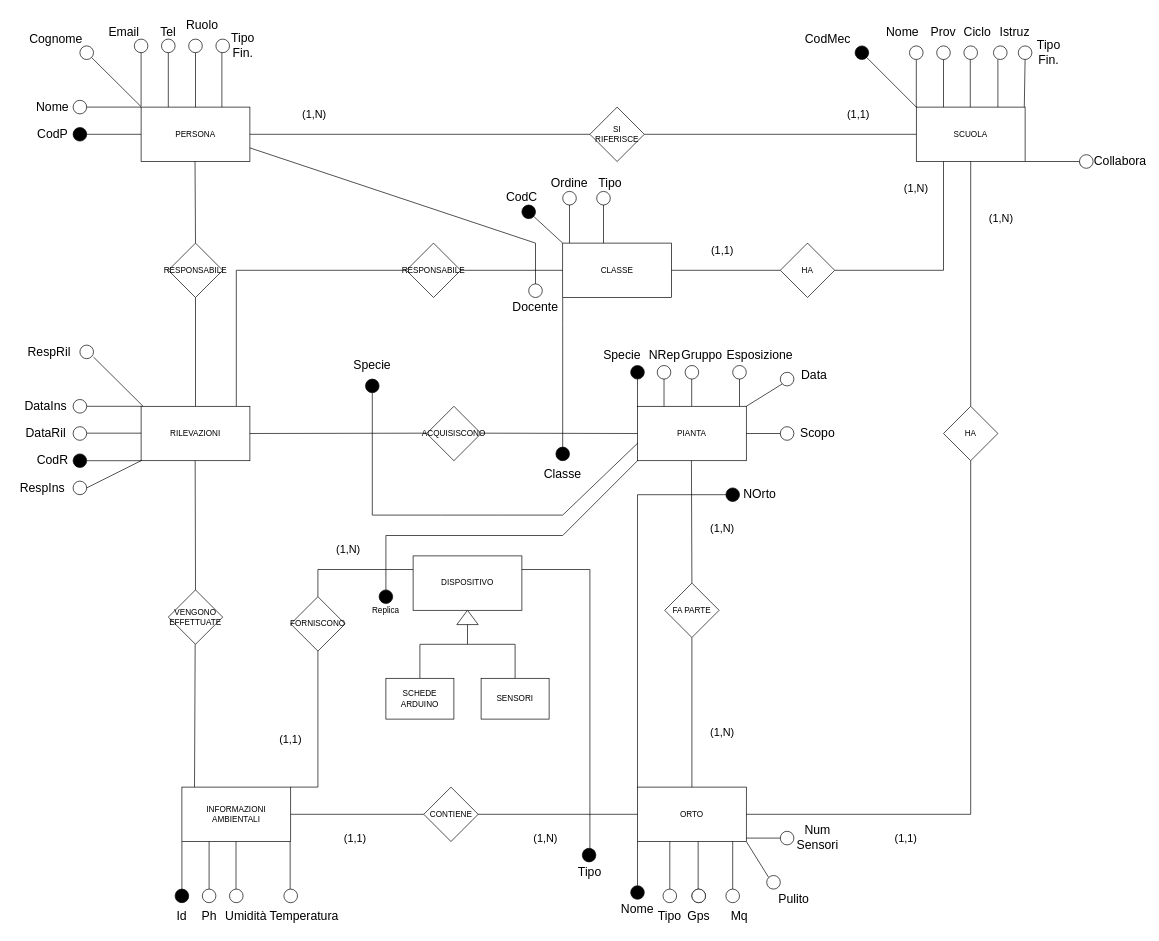
The draw.io diagram BD_ER_2023.drawio in pizzo-kyle/unige, before the edit. Source tidied: cells renumbered, new cells numbered last; positions are measured from the earlier drawing's top-left corner, leaving out a move shared by most shapes. Both pictures are drawn from the tidied source at 68%, with x=0, y=0 at pixel (12, 12).
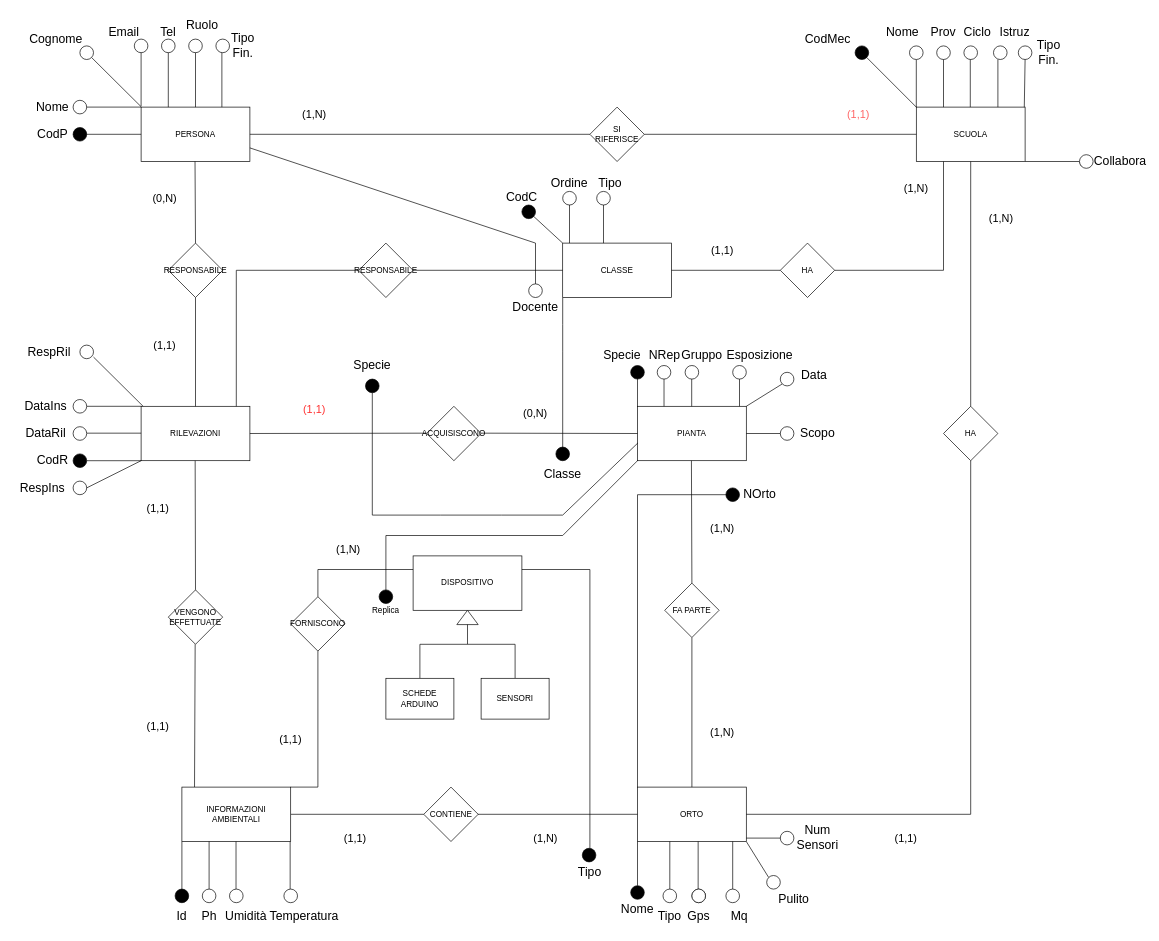
The same page after the edit.

What changed in the source:
```diff
@@
     <mxCell id="32" value="RESPONSABILE" style="rhombus;whiteSpace=wrap;html=1;" parent="1" vertex="1">
-      <mxGeometry x="580" y="340" width="80" height="80" as="geometry" />
+      <mxGeometry x="510" y="340" width="80" height="80" as="geometry" />
     </mxCell>
@@
-    <mxCell id="187" value="&lt;font style=&quot;font-size: 16px;&quot;&gt;(1,1)&lt;/font&gt;" style="text;html=1;strokeColor=none;fillColor=none;align=center;verticalAlign=middle;whiteSpace=wrap;rounded=0;" parent="1" vertex="1">
+    <mxCell id="187" value="&lt;font style=&quot;font-size: 16px;&quot;&gt;(1,1)&lt;/font&gt;" style="text;html=1;strokeColor=none;fillColor=none;align=center;verticalAlign=middle;whiteSpace=wrap;rounded=0;fontColor=#FF6666;" parent="1" vertex="1">
       <mxGeometry x="1210" y="130" width="70" height="40" as="geometry" />
     </mxCell>
@@
+    <mxCell id="198" value="&lt;font style=&quot;font-size: 16px;&quot;&gt;(1,1)&lt;/font&gt;" style="text;html=1;strokeColor=none;fillColor=none;align=center;verticalAlign=middle;whiteSpace=wrap;rounded=0;" parent="1" vertex="1">
+      <mxGeometry x="180" y="1030" width="70" height="40" as="geometry" />
+    </mxCell>
+    <mxCell id="199" value="&lt;font style=&quot;font-size: 16px;&quot;&gt;(1,1)&lt;/font&gt;" style="text;html=1;strokeColor=none;fillColor=none;align=center;verticalAlign=middle;whiteSpace=wrap;rounded=0;" parent="1" vertex="1">
+      <mxGeometry x="180" y="710" width="70" height="40" as="geometry" />
+    </mxCell>
+    <mxCell id="200" value="&lt;font style=&quot;font-size: 16px;&quot;&gt;(1,1)&lt;/font&gt;" style="text;html=1;strokeColor=none;fillColor=none;align=center;verticalAlign=middle;whiteSpace=wrap;rounded=0;fontColor=#FF3333;" parent="1" vertex="1">
+      <mxGeometry x="410" y="565" width="70" height="40" as="geometry" />
+    </mxCell>
+    <mxCell id="201" value="&lt;font style=&quot;font-size: 16px;&quot;&gt;(0,N)&lt;/font&gt;" style="text;html=1;strokeColor=none;fillColor=none;align=center;verticalAlign=middle;whiteSpace=wrap;rounded=0;" parent="1" vertex="1">
+      <mxGeometry x="735" y="570" width="70" height="40" as="geometry" />
+    </mxCell>
+    <mxCell id="202" value="&lt;font style=&quot;font-size: 16px;&quot;&gt;(0,N)&lt;/font&gt;" style="text;html=1;strokeColor=none;fillColor=none;align=center;verticalAlign=middle;whiteSpace=wrap;rounded=0;" parent="1" vertex="1">
+      <mxGeometry x="190" y="254" width="70" height="40" as="geometry" />
+    </mxCell>
+    <mxCell id="203" value="&lt;font style=&quot;font-size: 16px;&quot;&gt;(1,1)&lt;/font&gt;" style="text;html=1;strokeColor=none;fillColor=none;align=center;verticalAlign=middle;whiteSpace=wrap;rounded=0;" parent="1" vertex="1">
+      <mxGeometry x="190" y="470" width="70" height="40" as="geometry" />
+    </mxCell>
```
